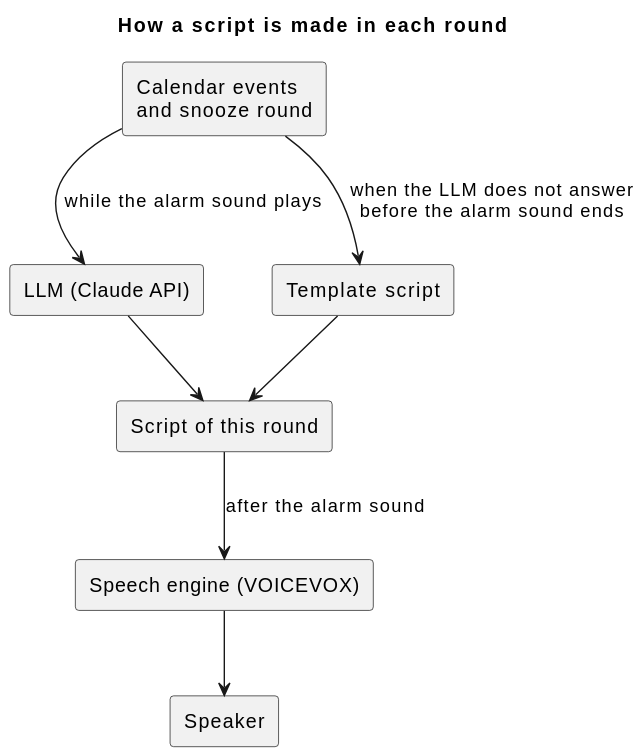
This is docs/ja/requirements/brief/overview.svg from cloveclovedev/press-start, a PlantUML export, as it was before one commit.
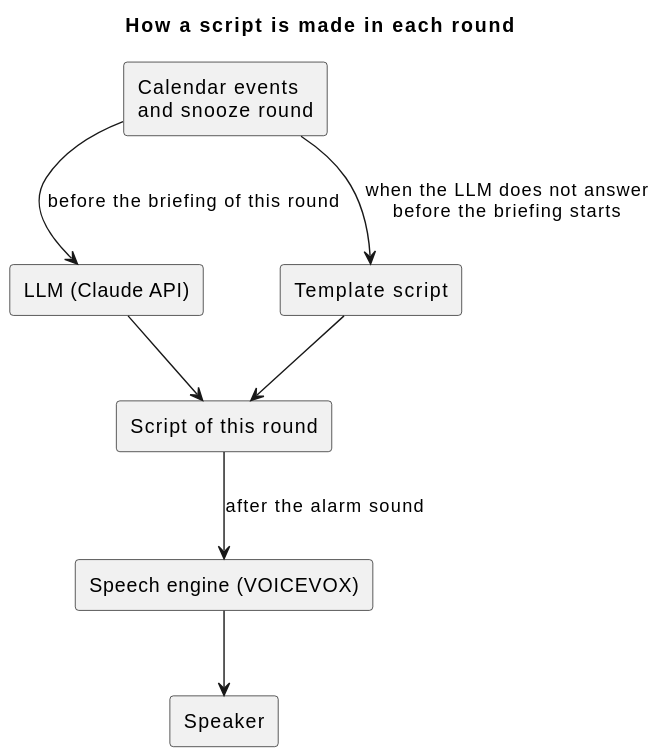
Above is the later version.

Commit message:
docs(requirements): prepare each script by the start of its briefing, leaving the timing to the design

Claude-Session: https://claude.ai/code/session_01TFZkofXaDzgbSPfhvi1zni

Change to the diagram source:
```diff
@@ -10,8 +10,8 @@
 [Speech engine (VOICEVOX)] as tts
 [Speaker] as speaker
 
-events --> llm : while the alarm sound plays
-events --> template : when the LLM does not answer\nbefore the alarm sound ends
+events --> llm : before the briefing of this round
+events --> template : when the LLM does not answer\nbefore the briefing starts
 llm --> script
 template --> script
 script --> tts : after the alarm sound
```
